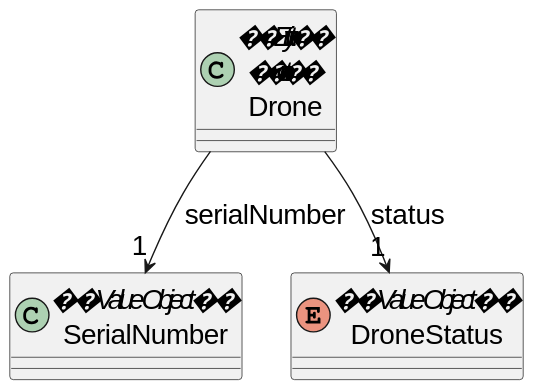
This is docs/SPRINT_2/US241/images/domain_model_us241.svg from diogoveirospro/sem4pi-2024-2025-sem4pi_2024_2025_g44, a PlantUML export, as it was before one commit.
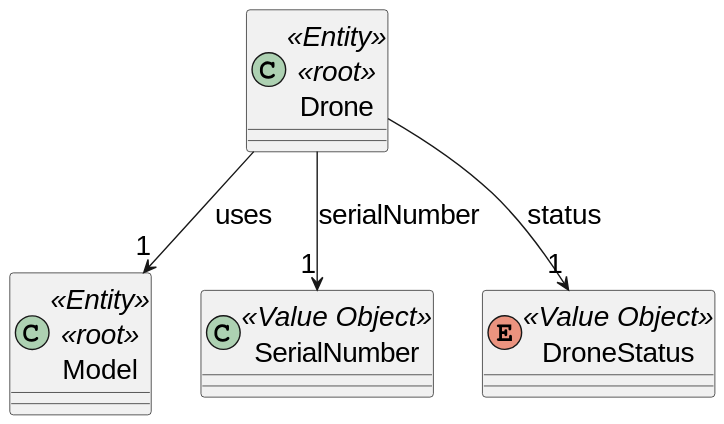
The same file after the commit.

What changed in the source:
```diff
@@ -1,5 +1,7 @@
 @startuml
 skinparamlocked defaultFontSize 20
+ class Model <<Entity>> <<root>>{
+    }
 
 
   class Drone <<Entity>> <<root>>{
@@ -9,9 +11,9 @@
     }
 
     enum DroneStatus <<Value Object>>{
+    }
 
-        }
-
+    Drone --> "1" DroneStatus: status
     Drone --> "1" SerialNumber: serialNumber
-    Drone --> "1" DroneStatus: status
+    Drone --> "1" Model: uses
 @enduml
```
